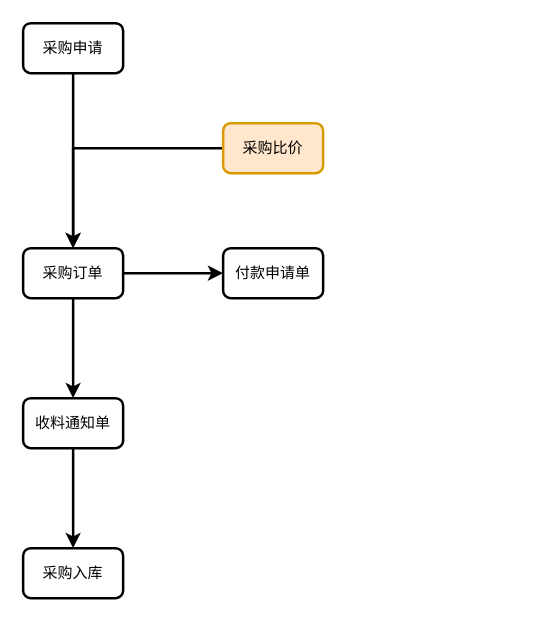
woaj01/- keeps this draw.io diagram as page "采购流程" (1 of 4) of 采购订单审批.drawio. Above is the earlier version. Source tidied: cells renumbered, new cells numbered last; positions are measured from the earlier drawing's top-left corner, leaving out a move shared by most shapes. Both pictures are drawn from the tidied source at 125%, with x=0, y=0 at pixel (22, 22).
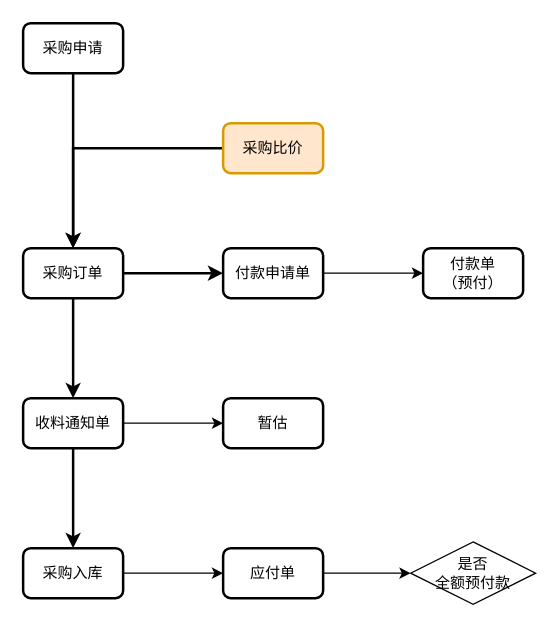
The same diagram, later.

Commit message:
更新采购订单审批.drawio

Unchanged cells that the change refers to:
```xml
<mxCell id="9" value="付款申请单" style="rounded=1;whiteSpace=wrap;html=1;strokeWidth=2;" parent="1" vertex="1">
  <mxGeometry x="160" y="180" width="80" height="40" as="geometry" />
</mxCell>
<mxCell id="11" value="收料通知单" style="rounded=1;whiteSpace=wrap;html=1;strokeWidth=2;" parent="1" vertex="1">
  <mxGeometry y="300" width="80" height="40" as="geometry" />
</mxCell>
<mxCell id="12" value="采购入库&lt;br&gt;" style="rounded=1;whiteSpace=wrap;html=1;strokeWidth=2;" parent="1" vertex="1">
  <mxGeometry y="420" width="80" height="40" as="geometry" />
</mxCell>
```

The edit, as a diff of the source:
```diff
@@
+    <mxCell id="13" style="edgeStyle=orthogonalEdgeStyle;rounded=0;jettySize=auto;html=1;" parent="1" edge="1" source="9" target="14">
+      <mxGeometry relative="1" as="geometry" />
+    </mxCell>
@@
+    <mxCell id="14" value="付款单&lt;br&gt;（预付）" style="rounded=1;whiteSpace=wrap;html=1;strokeWidth=2;" parent="1" vertex="1">
+      <mxGeometry x="320" y="180" width="80" height="40" as="geometry" />
+    </mxCell>
@@
+    <mxCell id="15" style="edgeStyle=orthogonalEdgeStyle;rounded=0;jettySize=auto;html=1;" parent="1" edge="1" source="11" target="16">
+      <mxGeometry relative="1" as="geometry" />
+    </mxCell>
@@
+    <mxCell id="16" value="暂估" style="rounded=1;whiteSpace=wrap;html=1;strokeWidth=2;" parent="1" vertex="1">
+      <mxGeometry x="160" y="300" width="80" height="40" as="geometry" />
+    </mxCell>
+    <mxCell id="17" style="edgeStyle=orthogonalEdgeStyle;rounded=0;jettySize=auto;html=1;" parent="1" edge="1" source="12" target="19">
+      <mxGeometry relative="1" as="geometry" />
+    </mxCell>
@@
+    <mxCell id="18" style="edgeStyle=orthogonalEdgeStyle;rounded=0;jettySize=auto;html=1;exitX=1;exitY=0.5;exitDx=0;exitDy=0;entryX=0;entryY=0.5;entryDx=0;entryDy=0;" parent="1" edge="1" source="19" target="20">
+      <mxGeometry relative="1" as="geometry" />
+    </mxCell>
+    <mxCell id="19" value="应付单" style="rounded=1;whiteSpace=wrap;html=1;strokeWidth=2;" parent="1" vertex="1">
+      <mxGeometry x="160" y="420" width="80" height="40" as="geometry" />
+    </mxCell>
+    <mxCell id="20" value="是否&lt;br&gt;全额预付款" style="rhombus;whiteSpace=wrap;html=1;" parent="1" vertex="1">
+      <mxGeometry x="310" y="415" width="100" height="50" as="geometry" />
+    </mxCell>
```
